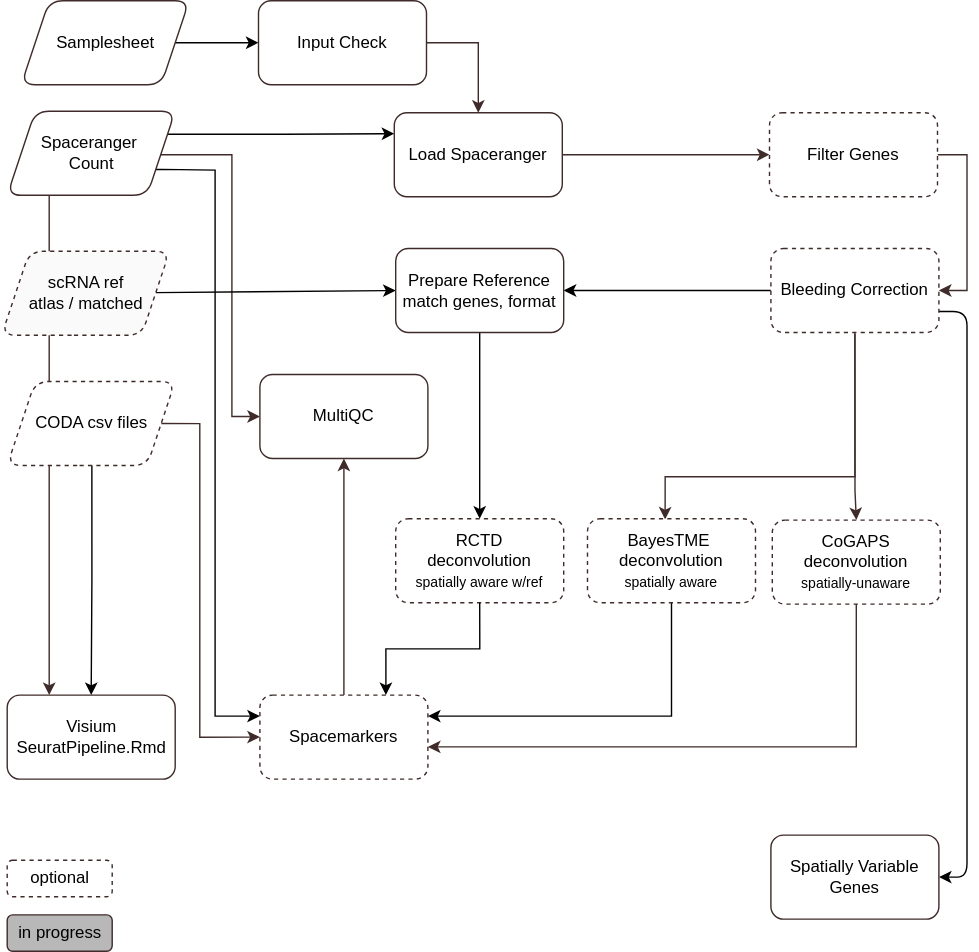
The draw.io diagram assets/btc-visium.svg in break-through-cancer/btc-spatial-pipelines, before a commit. Source tidied: cells renumbered, new cells last; positions are measured from the earlier drawing's top-left corner, leaving out a move shared by most shapes.
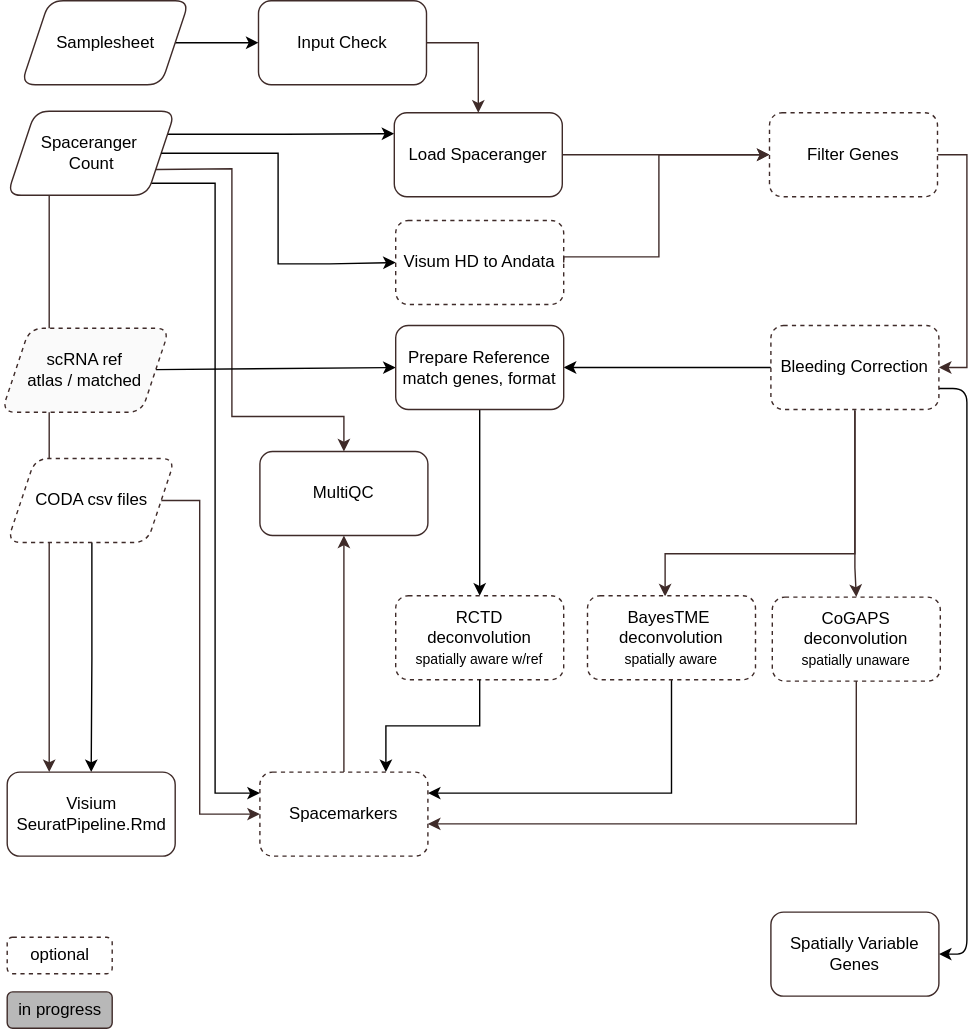
The same diagram one commit later.

Commit message:
init visium HD

What changed in the source:
```diff
@@ -5,21 +5,21 @@
     <mxCell id="2" style="edgeStyle=orthogonalEdgeStyle;rounded=0;jettySize=auto;html=1;strokeColor=#3F2B29;exitX=0.25;exitY=1;exitDx=0;exitDy=0;entryX=0.25;entryY=0;entryDx=0;entryDy=0;" parent="1" edge="1" source="6" target="17">
       <mxGeometry relative="1" as="geometry" />
     </mxCell>
-    <mxCell id="3" style="edgeStyle=orthogonalEdgeStyle;rounded=0;jettySize=auto;html=1;strokeColor=#3F2B29;exitX=0.911;exitY=0.463;exitDx=0;exitDy=0;exitPerimeter=0;" parent="1" edge="1" source="6" target="22">
+    <mxCell id="3" style="edgeStyle=orthogonalEdgeStyle;rounded=0;jettySize=auto;html=1;strokeColor=#3F2B29;exitX=1;exitY=0.75;exitDx=0;exitDy=0;" parent="1" edge="1" source="6" target="22">
       <mxGeometry relative="1" as="geometry">
         <Array as="points">
-          <mxPoint x="114" y="110" />
-          <mxPoint x="165" y="110" />
-          <mxPoint x="165" y="297" />
+          <mxPoint x="112" y="65" />
+          <mxPoint x="165" y="65" />
+          <mxPoint x="165" y="242" />
+          <mxPoint x="245" y="242" />
         </Array>
       </mxGeometry>
     </mxCell>
-    <mxCell id="4" style="edgeStyle=orthogonalEdgeStyle;rounded=0;jettySize=auto;html=1;exitX=1;exitY=0.75;exitDx=0;exitDy=0;entryX=0;entryY=0.25;entryDx=0;entryDy=0;" parent="1" edge="1" source="6" target="27">
+    <mxCell id="4" style="edgeStyle=orthogonalEdgeStyle;rounded=0;jettySize=auto;html=1;exitX=1;exitY=1;exitDx=0;exitDy=0;entryX=0;entryY=0.25;entryDx=0;entryDy=0;" parent="1" edge="1" source="6" target="27">
       <mxGeometry relative="1" as="geometry">
         <Array as="points">
-          <mxPoint x="115" y="121" />
-          <mxPoint x="153" y="121" />
-          <mxPoint x="153" y="471" />
+          <mxPoint x="153" y="75" />
+          <mxPoint x="153" y="511" />
         </Array>
       </mxGeometry>
     </mxCell>
@@ -27,19 +27,19 @@
       <mxGeometry relative="1" as="geometry" />
     </mxCell>
     <mxCell id="6" value="Spaceranger&amp;nbsp;&lt;div&gt;Count&lt;/div&gt;" style="rounded=1;whiteSpace=wrap;html=1;strokeColor=#3F2B29;shape=parallelogram;boundedLbl=1;perimeter=parallelogramPerimeter;fixedSize=1;" parent="1" vertex="1">
-      <mxGeometry x="4.5" y="79" width="120" height="60" as="geometry" />
+      <mxGeometry x="4.5" y="24" width="120" height="60" as="geometry" />
     </mxCell>
     <mxCell id="7" style="edgeStyle=orthogonalEdgeStyle;rounded=0;jettySize=auto;html=1;strokeColor=#3F2B29;exitX=1;exitY=0.5;exitDx=0;exitDy=0;" parent="1" edge="1" source="8" target="10">
       <mxGeometry relative="1" as="geometry" />
     </mxCell>
     <mxCell id="8" value="Input Check" style="rounded=1;whiteSpace=wrap;html=1;strokeColor=#3F2B29;" parent="1" vertex="1">
-      <mxGeometry x="184" width="120" height="60" as="geometry" />
+      <mxGeometry x="184" y="-55" width="120" height="60" as="geometry" />
     </mxCell>
     <mxCell id="9" style="edgeStyle=orthogonalEdgeStyle;rounded=0;jettySize=auto;html=1;entryX=0;entryY=0.5;entryDx=0;entryDy=0;strokeColor=#3F2B29;" parent="1" edge="1" source="10" target="13">
       <mxGeometry relative="1" as="geometry" />
     </mxCell>
     <mxCell id="10" value="Load Spaceranger" style="rounded=1;whiteSpace=wrap;html=1;strokeColor=#3F2B29;" parent="1" vertex="1">
-      <mxGeometry x="281" y="80" width="120" height="60" as="geometry" />
+      <mxGeometry x="281" y="25" width="120" height="60" as="geometry" />
     </mxCell>
     <mxCell id="11" style="edgeStyle=orthogonalEdgeStyle;rounded=0;jettySize=auto;html=1;entryX=0.462;entryY=0.01;entryDx=0;entryDy=0;exitX=0.5;exitY=1;exitDx=0;exitDy=0;strokeColor=#3F2B29;entryPerimeter=0;" parent="1" edge="1" source="25" target="20">
       <mxGeometry relative="1" as="geometry">
@@ -53,7 +53,7 @@
       <mxGeometry relative="1" as="geometry" />
     </mxCell>
     <mxCell id="13" value="Filter Genes" style="rounded=1;whiteSpace=wrap;html=1;strokeColor=#3F2B29;dashed=1;" parent="1" vertex="1">
-      <mxGeometry x="549" y="80" width="120" height="60" as="geometry" />
+      <mxGeometry x="549" y="25" width="120" height="60" as="geometry" />
     </mxCell>
     <mxCell id="14" style="edgeStyle=orthogonalEdgeStyle;rounded=0;jettySize=auto;html=1;exitX=1;exitY=0.5;exitDx=0;exitDy=0;entryX=0;entryY=0.5;entryDx=0;entryDy=0;strokeColor=#3F2B29;" parent="1" edge="1" source="16" target="27">
       <mxGeometry relative="1" as="geometry">
@@ -81,7 +81,7 @@
     <mxCell id="20" value="&lt;span style=&quot;color: rgb(0, 0, 0);&quot;&gt;BayesTME&amp;nbsp;&lt;/span&gt;&lt;div style=&quot;scrollbar-color: light-dark(#e2e2e2, #4b4b4b)&lt;br/&gt;&#9;&#9;&#9;&#9;&#9;light-dark(#fbfbfb, var(--dark-panel-color));&quot;&gt;deconvolution&lt;/div&gt;&lt;div style=&quot;scrollbar-color: light-dark(#e2e2e2, #4b4b4b)&lt;br/&gt;&#9;&#9;&#9;&#9;&#9;light-dark(#fbfbfb, var(--dark-panel-color));&quot;&gt;&lt;font style=&quot;font-size: 10px;&quot;&gt;spatially aware&lt;/font&gt;&lt;/div&gt;" style="rounded=1;whiteSpace=wrap;html=1;strokeColor=#3F2B29;dashed=1;" parent="1" vertex="1">
       <mxGeometry x="419" y="370" width="120" height="60" as="geometry" />
     </mxCell>
-    <mxCell id="21" value="&lt;div&gt;&lt;span style=&quot;color: rgb(0, 0, 0);&quot;&gt;CoGAPS deconvolution&lt;/span&gt;&lt;br&gt;&lt;/div&gt;&lt;div&gt;&lt;font style=&quot;font-size: 10px;&quot; color=&quot;#000000&quot;&gt;spatially-unaware&lt;/font&gt;&lt;/div&gt;" style="rounded=1;whiteSpace=wrap;html=1;strokeColor=#3F2B29;dashed=1;" parent="1" vertex="1">
+    <mxCell id="21" value="&lt;div&gt;&lt;span style=&quot;color: rgb(0, 0, 0);&quot;&gt;CoGAPS deconvolution&lt;/span&gt;&lt;br&gt;&lt;/div&gt;&lt;div&gt;&lt;font style=&quot;font-size: 10px;&quot; color=&quot;#000000&quot;&gt;spatially unaware&lt;/font&gt;&lt;/div&gt;" style="rounded=1;whiteSpace=wrap;html=1;strokeColor=#3F2B29;dashed=1;" parent="1" vertex="1">
       <mxGeometry x="551" y="371" width="120" height="60" as="geometry" />
     </mxCell>
     <mxCell id="22" value="MultiQC" style="rounded=1;whiteSpace=wrap;html=1;strokeColor=#3F2B29;" parent="1" vertex="1">
@@ -120,7 +120,7 @@
       <mxGeometry relative="1" as="geometry" />
     </mxCell>
     <mxCell id="30" value="&lt;div&gt;Samplesheet&lt;/div&gt;" style="rounded=1;whiteSpace=wrap;html=1;strokeColor=#3F2B29;shape=parallelogram;boundedLbl=1;perimeter=parallelogramPerimeter;fixedSize=1;" parent="1" vertex="1">
-      <mxGeometry x="14.5" width="120" height="60" as="geometry" />
+      <mxGeometry x="14.5" y="-55" width="120" height="60" as="geometry" />
     </mxCell>
     <mxCell id="31" value="Spatially Variable Genes" style="rounded=1;whiteSpace=wrap;html=1;strokeColor=#3F2B29;" parent="1" vertex="1">
       <mxGeometry x="550" y="596" width="120" height="60" as="geometry" />
@@ -155,5 +155,25 @@
         </Array>
       </mxGeometry>
     </mxCell>
+    <mxCell id="40" value="Visum HD to Andata" style="rounded=1;whiteSpace=wrap;html=1;strokeColor=#3F2B29;dashed=1;" parent="1" vertex="1">
+      <mxGeometry x="282" y="102" width="120" height="60" as="geometry" />
+    </mxCell>
+    <mxCell id="41" style="edgeStyle=orthogonalEdgeStyle;rounded=0;jettySize=auto;html=1;exitX=1;exitY=0.5;exitDx=0;exitDy=0;entryX=0;entryY=0.5;entryDx=0;entryDy=0;" parent="1" edge="1" source="6" target="40">
+      <mxGeometry relative="1" as="geometry">
+        <Array as="points">
+          <mxPoint x="198" y="54" />
+          <mxPoint x="198" y="133" />
+          <mxPoint x="235" y="133" />
+        </Array>
+      </mxGeometry>
+    </mxCell>
+    <mxCell id="42" style="edgeStyle=orthogonalEdgeStyle;rounded=0;jettySize=auto;html=1;strokeColor=#3F2B29;exitX=1;exitY=0.5;exitDx=0;exitDy=0;entryX=0;entryY=0.5;entryDx=0;entryDy=0;" parent="1" edge="1" source="40" target="13">
+      <mxGeometry relative="1" as="geometry">
+        <Array as="points">
+          <mxPoint x="470" y="128" />
+          <mxPoint x="470" y="55" />
+        </Array>
+      </mxGeometry>
+    </mxCell>
   </root>
 </mxGraphModel>
```
